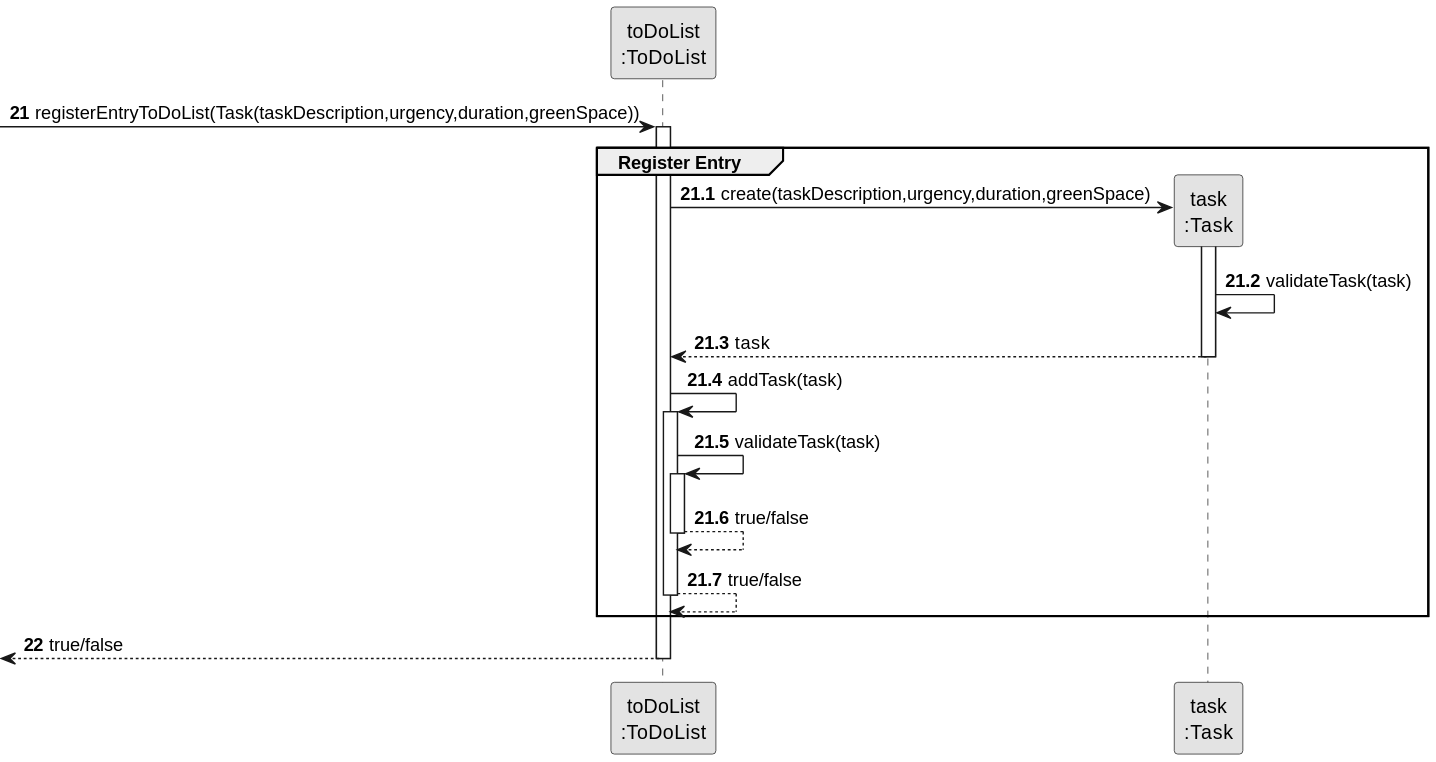
The PlantUML diagram docs/sprint3/us21/03.design/svg/us21-sequence-diagram-partial-add-to-do-list.svg in Departamento-de-Engenharia-Informatica/lei-24-s2-1db-g022, before a commit. The source it was exported from:
```plantuml
@startuml
skinparam monochrome true
skinparam packageStyle rectangle
skinparam shadowing false

participant "toDoList\n:ToDoList" as TDL
participant "task\n:Task" as TASK

autonumber 21
-> TDL: registerEntryToDoList(Task(taskDescription,urgency,duration,greenSpace))

autonumber 21.1
activate TDL
    group Register Entry

        TDL -> TASK**: create(taskDescription,urgency,duration,greenSpace)

    activate TASK

        TASK -> TASK: validateTask(task)
        TASK --> TDL : task
    deactivate TASK

        TDL -> TDL: addTask(task)
    activate TDL

        TDL -> TDL: validateTask(task)
    activate TDL

        TDL --> TDL : true/false
    deactivate TDL

        TDL --> TDL : true/false
    deactivate TDL
    end

    autonumber 22
    <-- TDL : true/false
deactivate TDL
@enduml
```
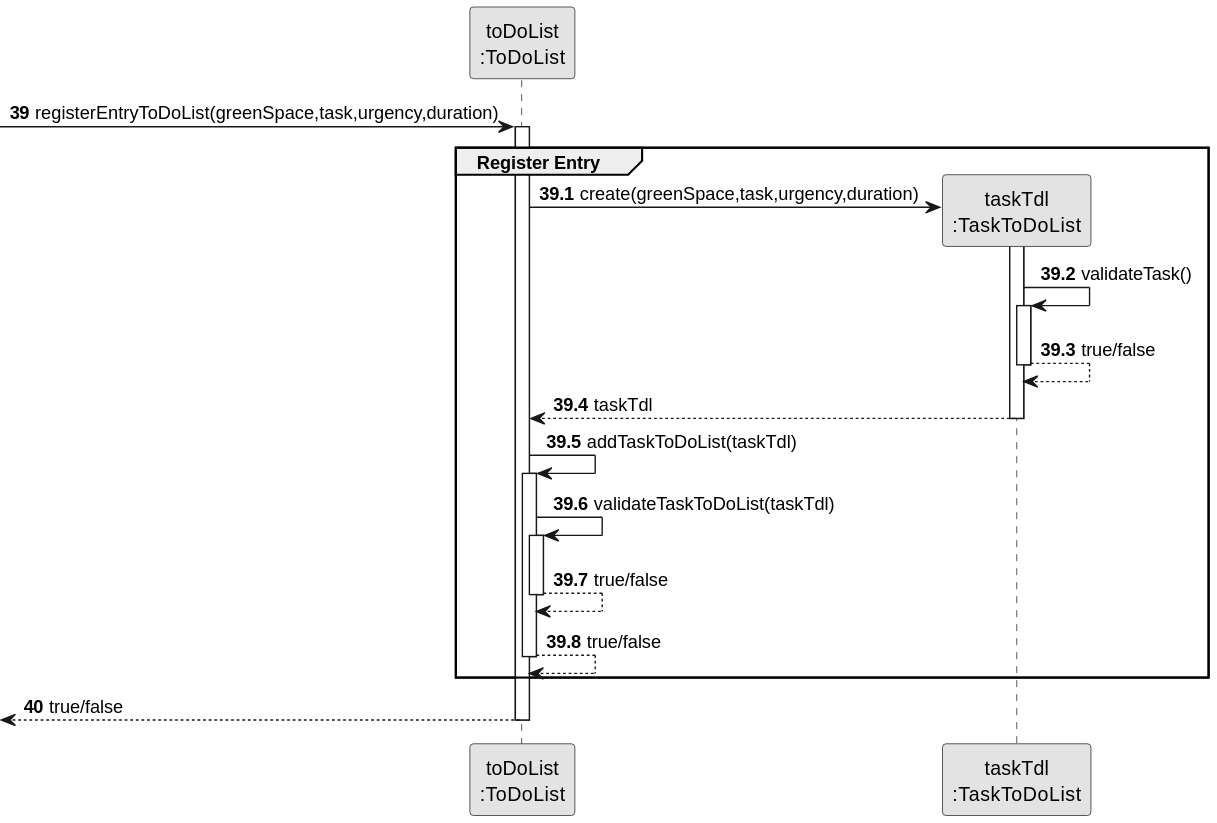
After the change.

Change to the diagram source:
```diff
@@ -4,27 +4,32 @@
 skinparam shadowing false
 
 participant "toDoList\n:ToDoList" as TDL
-participant "task\n:Task" as TASK
+participant "taskTdl\n:TaskToDoList" as TTDL
 
-autonumber 21
--> TDL: registerEntryToDoList(Task(taskDescription,urgency,duration,greenSpace))
+autonumber 39
+-> TDL: registerEntryToDoList(greenSpace,task,urgency,duration)
 
-autonumber 21.1
+autonumber 39.1
 activate TDL
     group Register Entry
 
-        TDL -> TASK**: create(taskDescription,urgency,duration,greenSpace)
+        TDL -> TTDL**: create(greenSpace,task,urgency,duration)
 
-    activate TASK
+    activate TTDL
 
-        TASK -> TASK: validateTask(task)
-        TASK --> TDL : task
-    deactivate TASK
+        TTDL -> TTDL: validateTask()
+    activate TTDL
 
-        TDL -> TDL: addTask(task)
+        TTDL --> TTDL: true/false
+    deactivate TTDL
+
+        TTDL --> TDL : taskTdl
+    deactivate TTDL
+
+        TDL -> TDL: addTaskToDoList(taskTdl)
     activate TDL
 
-        TDL -> TDL: validateTask(task)
+        TDL -> TDL: validateTaskToDoList(taskTdl)
     activate TDL
 
         TDL --> TDL : true/false
@@ -34,7 +39,7 @@
     deactivate TDL
     end
 
-    autonumber 22
+    autonumber 40
     <-- TDL : true/false
 deactivate TDL
 @enduml
```
